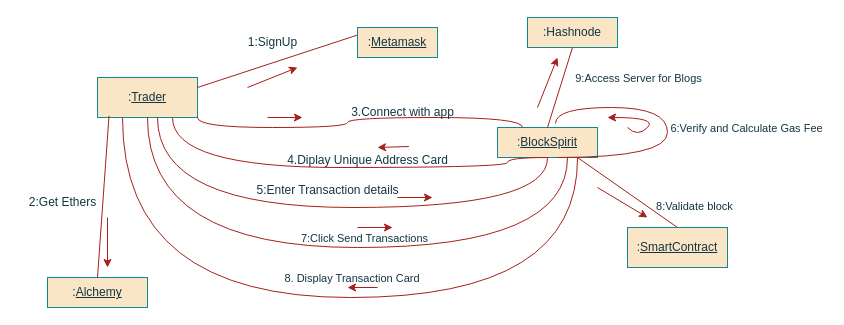
The draw.io diagram collab.drawio in CODEX108/Computer-Security, before the edit. Source tidied: cells renumbered, new cells numbered last; positions are measured from the earlier drawing's top-left corner, leaving out a move shared by most shapes. Both pictures are drawn from the tidied source at 100%, with x=0, y=0 at pixel (17, 17).
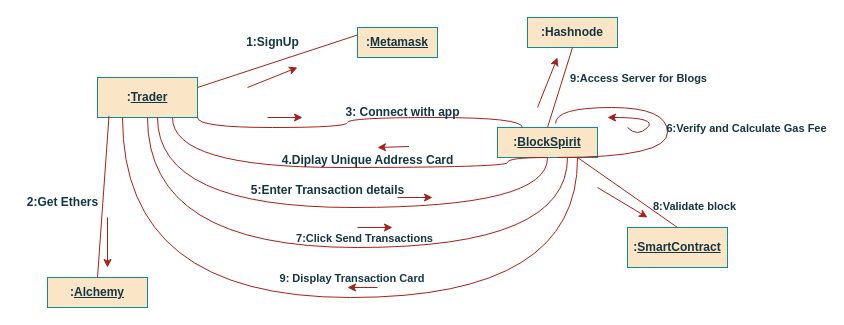
Above is the later version.

Commit message:
correct numbering

The edit, as a diff of the source:
```diff
@@
-    <mxCell id="2" value=":&lt;u&gt;Trader&lt;/u&gt;" style="html=1;whiteSpace=wrap;labelBackgroundColor=none;fillColor=#FAE5C7;strokeColor=#0F8B8D;fontColor=#143642;" parent="1" vertex="1">
+    <mxCell id="2" value=":&lt;u&gt;Trader&lt;/u&gt;" style="html=1;whiteSpace=wrap;labelBackgroundColor=none;fillColor=#FAE5C7;strokeColor=#0F8B8D;fontColor=#143642;fontStyle=1;" parent="1" vertex="1">
       <mxGeometry x="80" y="60" width="100" height="40" as="geometry" />
     </mxCell>
-    <mxCell id="3" value=":&lt;u&gt;BlockSpirit&lt;/u&gt;" style="html=1;whiteSpace=wrap;labelBackgroundColor=none;fillColor=#FAE5C7;strokeColor=#0F8B8D;fontColor=#143642;" parent="1" vertex="1">
+    <mxCell id="3" value=":&lt;u&gt;BlockSpirit&lt;/u&gt;" style="html=1;whiteSpace=wrap;labelBackgroundColor=none;fillColor=#FAE5C7;strokeColor=#0F8B8D;fontColor=#143642;fontStyle=1;" parent="1" vertex="1">
       <mxGeometry x="480" y="110" width="100" height="30" as="geometry" />
     </mxCell>
-    <mxCell id="4" value=":&lt;u&gt;Metamask&lt;/u&gt;" style="html=1;whiteSpace=wrap;labelBackgroundColor=none;fillColor=#FAE5C7;strokeColor=#0F8B8D;fontColor=#143642;" parent="1" vertex="1">
+    <mxCell id="4" value=":&lt;u&gt;Metamask&lt;/u&gt;" style="html=1;whiteSpace=wrap;labelBackgroundColor=none;fillColor=#FAE5C7;strokeColor=#0F8B8D;fontColor=#143642;fontStyle=1;" parent="1" vertex="1">
       <mxGeometry x="340" y="10" width="80" height="30" as="geometry" />
     </mxCell>
-    <mxCell id="5" value=":&lt;u&gt;SmartContract&lt;/u&gt;" style="html=1;whiteSpace=wrap;labelBackgroundColor=none;fillColor=#FAE5C7;strokeColor=#0F8B8D;fontColor=#143642;" parent="1" vertex="1">
+    <mxCell id="5" value=":&lt;u&gt;SmartContract&lt;/u&gt;" style="html=1;whiteSpace=wrap;labelBackgroundColor=none;fillColor=#FAE5C7;strokeColor=#0F8B8D;fontColor=#143642;fontStyle=1;" parent="1" vertex="1">
       <mxGeometry x="610" y="210" width="100" height="40" as="geometry" />
     </mxCell>
-    <mxCell id="6" style="endArrow=none;html=1;rounded=0;exitX=1;exitY=0.25;exitDx=0;exitDy=0;entryX=0;entryY=0.25;entryDx=0;entryDy=0;labelBackgroundColor=none;strokeColor=#A8201A;fontColor=default;" parent="1" edge="1" source="2" target="4">
+    <mxCell id="6" style="endArrow=none;html=1;rounded=0;exitX=1;exitY=0.25;exitDx=0;exitDy=0;entryX=0;entryY=0.25;entryDx=0;entryDy=0;labelBackgroundColor=none;strokeColor=#A8201A;fontColor=default;fontStyle=1;" parent="1" edge="1" source="2" target="4">
       <mxGeometry relative="1" as="geometry" />
     </mxCell>
-    <mxCell id="7" style="endArrow=classic;html=1;rounded=0;labelBackgroundColor=none;strokeColor=#A8201A;fontColor=default;" parent="1" edge="1">
+    <mxCell id="7" style="endArrow=classic;html=1;rounded=0;labelBackgroundColor=none;strokeColor=#A8201A;fontColor=default;fontStyle=1;" parent="1" edge="1">
       <mxGeometry relative="1" as="geometry">
         <mxPoint x="230" y="70" as="sourcePoint" />
         <mxPoint x="280" y="50" as="targetPoint" />
       </mxGeometry>
     </mxCell>
-    <mxCell id="8" value="1:SignUp" style="text;html=1;align=center;verticalAlign=middle;strokeColor=none;fillColor=none;labelBackgroundColor=none;fontColor=#143642;" parent="1" vertex="1">
+    <mxCell id="8" value="1:SignUp" style="text;html=1;align=center;verticalAlign=middle;strokeColor=none;fillColor=none;labelBackgroundColor=none;fontColor=#143642;fontStyle=1;" parent="1" vertex="1">
       <mxGeometry x="220" y="10" width="70" height="30" as="geometry" />
     </mxCell>
-    <mxCell id="9" value=":&lt;u&gt;Alchemy&lt;/u&gt;" style="html=1;whiteSpace=wrap;labelBackgroundColor=none;fillColor=#FAE5C7;strokeColor=#0F8B8D;fontColor=#143642;" parent="1" vertex="1">
+    <mxCell id="9" value=":&lt;u&gt;Alchemy&lt;/u&gt;" style="html=1;whiteSpace=wrap;labelBackgroundColor=none;fillColor=#FAE5C7;strokeColor=#0F8B8D;fontColor=#143642;fontStyle=1;" parent="1" vertex="1">
       <mxGeometry x="30" y="260" width="100" height="30" as="geometry" />
     </mxCell>
-    <mxCell id="10" style="endArrow=none;html=1;rounded=0;entryX=0.5;entryY=0;entryDx=0;entryDy=0;exitX=0.115;exitY=0.96;exitDx=0;exitDy=0;exitPerimeter=0;labelBackgroundColor=none;strokeColor=#A8201A;fontColor=default;" parent="1" edge="1" source="2" target="9">
+    <mxCell id="10" style="endArrow=none;html=1;rounded=0;entryX=0.5;entryY=0;entryDx=0;entryDy=0;exitX=0.115;exitY=0.96;exitDx=0;exitDy=0;exitPerimeter=0;labelBackgroundColor=none;strokeColor=#A8201A;fontColor=default;fontStyle=1;" parent="1" edge="1" source="2" target="9">
       <mxGeometry relative="1" as="geometry" />
     </mxCell>
-    <mxCell id="11" style="endArrow=classic;html=1;rounded=0;labelBackgroundColor=none;strokeColor=#A8201A;fontColor=default;" parent="1" edge="1">
+    <mxCell id="11" style="endArrow=classic;html=1;rounded=0;labelBackgroundColor=none;strokeColor=#A8201A;fontColor=default;fontStyle=1;" parent="1" edge="1">
       <mxGeometry relative="1" as="geometry">
         <mxPoint x="90" y="200" as="sourcePoint" />
         <mxPoint x="90" y="250" as="targetPoint" />
       </mxGeometry>
     </mxCell>
-    <mxCell id="12" value="2:Get Ethers" style="text;html=1;align=center;verticalAlign=middle;strokeColor=none;fillColor=none;labelBackgroundColor=none;fontColor=#143642;" parent="1" vertex="1">
+    <mxCell id="12" value="2:Get Ethers" style="text;html=1;align=center;verticalAlign=middle;strokeColor=none;fillColor=none;labelBackgroundColor=none;fontColor=#143642;fontStyle=1;" parent="1" vertex="1">
       <mxGeometry y="170" width="90" height="30" as="geometry" />
     </mxCell>
-    <mxCell id="13" style="endArrow=none;html=1;rounded=0;exitX=1;exitY=1;exitDx=0;exitDy=0;entryX=0.25;entryY=0;entryDx=0;entryDy=0;edgeStyle=orthogonalEdgeStyle;curved=1;labelBackgroundColor=none;strokeColor=#A8201A;fontColor=default;" parent="1" edge="1" source="2" target="3">
+    <mxCell id="13" style="endArrow=none;html=1;rounded=0;exitX=1;exitY=1;exitDx=0;exitDy=0;entryX=0.25;entryY=0;entryDx=0;entryDy=0;edgeStyle=orthogonalEdgeStyle;curved=1;labelBackgroundColor=none;strokeColor=#A8201A;fontColor=default;fontStyle=1;" parent="1" edge="1" source="2" target="3">
       <mxGeometry relative="1" as="geometry" />
     </mxCell>
-    <mxCell id="14" value="3.Connect with app" style="text;html=1;align=center;verticalAlign=middle;strokeColor=none;fillColor=none;labelBackgroundColor=none;fontColor=#143642;" parent="1" vertex="1">
+    <mxCell id="14" value="3: Connect with app" style="text;html=1;align=center;verticalAlign=middle;strokeColor=none;fillColor=none;labelBackgroundColor=none;fontColor=#143642;fontStyle=1;" parent="1" vertex="1">
       <mxGeometry x="320" y="80" width="130" height="30" as="geometry" />
     </mxCell>
-    <mxCell id="15" style="endArrow=none;html=1;rounded=0;entryX=0.5;entryY=1;entryDx=0;entryDy=0;exitX=0.75;exitY=1;exitDx=0;exitDy=0;edgeStyle=orthogonalEdgeStyle;curved=1;labelBackgroundColor=none;strokeColor=#A8201A;fontColor=default;" parent="1" edge="1" source="2" target="3">
+    <mxCell id="15" style="endArrow=none;html=1;rounded=0;entryX=0.5;entryY=1;entryDx=0;entryDy=0;exitX=0.75;exitY=1;exitDx=0;exitDy=0;edgeStyle=orthogonalEdgeStyle;curved=1;labelBackgroundColor=none;strokeColor=#A8201A;fontColor=default;fontStyle=1;" parent="1" edge="1" source="2" target="3">
       <mxGeometry relative="1" as="geometry">
         <Array as="points">
           <mxPoint x="155" y="150" />
           <mxPoint x="490" y="150" />
           <mxPoint x="490" y="140" />
         </Array>
       </mxGeometry>
     </mxCell>
-    <mxCell id="16" value="4.Diplay Unique Address Card" style="text;html=1;align=center;verticalAlign=middle;points=[];strokeColor=none;fillColor=none;labelBackgroundColor=none;fontColor=#143642;" parent="1" vertex="1">
+    <mxCell id="16" value="4.Diplay Unique Address Card" style="text;html=1;align=center;verticalAlign=middle;points=[];strokeColor=none;fillColor=none;labelBackgroundColor=none;fontColor=#143642;fontStyle=1;" parent="1" vertex="1">
       <mxGeometry x="255" y="128" width="190" height="30" as="geometry" />
     </mxCell>
-    <mxCell id="17" style="endArrow=none;html=1;rounded=0;edgeStyle=orthogonalEdgeStyle;curved=1;exitX=0.6;exitY=1;exitDx=0;exitDy=0;exitPerimeter=0;labelBackgroundColor=none;strokeColor=#A8201A;fontColor=default;" parent="1" edge="1" source="2">
+    <mxCell id="17" style="endArrow=none;html=1;rounded=0;edgeStyle=orthogonalEdgeStyle;curved=1;exitX=0.6;exitY=1;exitDx=0;exitDy=0;exitPerimeter=0;labelBackgroundColor=none;strokeColor=#A8201A;fontColor=default;fontStyle=1;" parent="1" edge="1" source="2">
       <mxGeometry relative="1" as="geometry">
         <mxPoint x="530" y="140" as="targetPoint" />
         <Array as="points">
           <mxPoint x="140" y="190" />
           <mxPoint x="531" y="190" />
         </Array>
       </mxGeometry>
     </mxCell>
-    <mxCell id="18" value="5:Enter Transaction details" style="text;html=1;align=center;verticalAlign=middle;strokeColor=none;fillColor=none;labelBackgroundColor=none;fontColor=#143642;" parent="1" vertex="1">
+    <mxCell id="18" value="5:Enter Transaction details" style="text;html=1;align=center;verticalAlign=middle;strokeColor=none;fillColor=none;labelBackgroundColor=none;fontColor=#143642;fontStyle=1;" parent="1" vertex="1">
       <mxGeometry x="225" y="158" width="170" height="30" as="geometry" />
     </mxCell>
-    <mxCell id="19" style="endArrow=none;html=1;rounded=0;entryX=0.6;entryY=1;entryDx=0;entryDy=0;edgeStyle=orthogonalEdgeStyle;curved=1;entryPerimeter=0;exitX=0.58;exitY=-0.133;exitDx=0;exitDy=0;exitPerimeter=0;labelBackgroundColor=none;strokeColor=#A8201A;fontColor=default;" parent="1" edge="1" source="3" target="3">
+    <mxCell id="19" style="endArrow=none;html=1;rounded=0;entryX=0.6;entryY=1;entryDx=0;entryDy=0;edgeStyle=orthogonalEdgeStyle;curved=1;entryPerimeter=0;exitX=0.58;exitY=-0.133;exitDx=0;exitDy=0;exitPerimeter=0;labelBackgroundColor=none;strokeColor=#A8201A;fontColor=default;fontStyle=1;" parent="1" edge="1" source="3" target="3">
       <mxGeometry relative="1" as="geometry">
         <Array as="points">
           <mxPoint x="538" y="90" />
           <mxPoint x="650" y="90" />
           <mxPoint x="650" y="140" />
         </Array>
       </mxGeometry>
     </mxCell>
-    <mxCell id="20" value="6:Verify and Calculate Gas Fee" style="edgeLabel;html=1;align=center;verticalAlign=middle;labelBackgroundColor=none;fontColor=#143642;" parent="19" vertex="1">
+    <mxCell id="20" value="6:Verify and Calculate Gas Fee" style="edgeLabel;html=1;align=center;verticalAlign=middle;labelBackgroundColor=none;fontColor=#143642;fontStyle=1;" parent="19" vertex="1">
       <mxGeometry x="-0.7" y="-6" relative="1" as="geometry">
         <mxPoint x="164" y="14" as="offset" />
       </mxGeometry>
     </mxCell>
-    <mxCell id="21" style="endArrow=none;html=1;rounded=0;exitX=0.5;exitY=1;exitDx=0;exitDy=0;edgeStyle=orthogonalEdgeStyle;curved=1;labelBackgroundColor=none;strokeColor=#A8201A;fontColor=default;" parent="1" edge="1" source="2">
+    <mxCell id="21" style="endArrow=none;html=1;rounded=0;exitX=0.5;exitY=1;exitDx=0;exitDy=0;edgeStyle=orthogonalEdgeStyle;curved=1;labelBackgroundColor=none;strokeColor=#A8201A;fontColor=default;fontStyle=1;" parent="1" edge="1" source="2">
       <mxGeometry relative="1" as="geometry">
         <mxPoint x="550" y="140" as="targetPoint" />
         <Array as="points">
           <mxPoint x="130" y="230" />
           <mxPoint x="550" y="230" />
         </Array>
       </mxGeometry>
     </mxCell>
-    <mxCell id="22" value="7:Click Send Transactions" style="edgeLabel;html=1;align=center;verticalAlign=middle;labelBackgroundColor=none;fontColor=#143642;" parent="21" vertex="1">
+    <mxCell id="22" value="7:Click Send Transactions" style="edgeLabel;html=1;align=center;verticalAlign=middle;labelBackgroundColor=none;fontColor=#143642;fontStyle=1;" parent="21" vertex="1">
       <mxGeometry x="0.04" y="8" relative="1" as="geometry">
         <mxPoint x="13" y="-2" as="offset" />
       </mxGeometry>
     </mxCell>
-    <mxCell id="23" style="endArrow=none;html=1;rounded=0;exitX=0.5;exitY=0;exitDx=0;exitDy=0;labelBackgroundColor=none;strokeColor=#A8201A;fontColor=default;" parent="1" edge="1" source="5">
+    <mxCell id="23" style="endArrow=none;html=1;rounded=0;exitX=0.5;exitY=0;exitDx=0;exitDy=0;labelBackgroundColor=none;strokeColor=#A8201A;fontColor=default;fontStyle=1;" parent="1" edge="1" source="5">
       <mxGeometry relative="1" as="geometry">
         <mxPoint x="560" y="140" as="targetPoint" />
       </mxGeometry>
     </mxCell>
-    <mxCell id="24" value="8:Validate block&amp;nbsp;&amp;nbsp;" style="edgeLabel;html=1;align=center;verticalAlign=middle;labelBackgroundColor=none;fontColor=#143642;" parent="23" vertex="1">
+    <mxCell id="24" value="8:Validate block&amp;nbsp;&amp;nbsp;" style="edgeLabel;html=1;align=center;verticalAlign=middle;labelBackgroundColor=none;fontColor=#143642;fontStyle=1;" parent="23" vertex="1">
       <mxGeometry x="-0.27" y="-6" relative="1" as="geometry">
         <mxPoint x="53" y="9" as="offset" />
       </mxGeometry>
     </mxCell>
-    <mxCell id="25" style="endArrow=none;html=1;rounded=0;exitX=0.25;exitY=1;exitDx=0;exitDy=0;edgeStyle=orthogonalEdgeStyle;curved=1;labelBackgroundColor=none;strokeColor=#A8201A;fontColor=default;" parent="1" edge="1" source="2">
+    <mxCell id="25" style="endArrow=none;html=1;rounded=0;exitX=0.25;exitY=1;exitDx=0;exitDy=0;edgeStyle=orthogonalEdgeStyle;curved=1;labelBackgroundColor=none;strokeColor=#A8201A;fontColor=default;fontStyle=1;" parent="1" edge="1" source="2">
       <mxGeometry relative="1" as="geometry">
         <mxPoint x="560" y="140" as="targetPoint" />
         <Array as="points">
           <mxPoint x="105" y="280" />
           <mxPoint x="561" y="280" />
         </Array>
       </mxGeometry>
     </mxCell>
-    <mxCell id="26" value="8. Display Transaction Card&amp;nbsp;" style="edgeLabel;html=1;align=center;verticalAlign=middle;labelBackgroundColor=none;fontColor=#143642;" parent="25" vertex="1">
+    <mxCell id="26" value="9: Display Transaction Card&amp;nbsp;" style="edgeLabel;html=1;align=center;verticalAlign=middle;labelBackgroundColor=none;fontColor=#143642;fontStyle=1;" parent="25" vertex="1">
       <mxGeometry x="0.01" y="7" relative="1" as="geometry">
         <mxPoint x="18" y="-13" as="offset" />
       </mxGeometry>
     </mxCell>
-    <mxCell id="27" style="endArrow=classic;html=1;rounded=0;labelBackgroundColor=none;strokeColor=#A8201A;fontColor=default;" parent="1" edge="1">
+    <mxCell id="27" style="endArrow=classic;html=1;rounded=0;labelBackgroundColor=none;strokeColor=#A8201A;fontColor=default;fontStyle=1;" parent="1" edge="1">
       <mxGeometry relative="1" as="geometry">
         <mxPoint x="580" y="170" as="sourcePoint" />
         <mxPoint x="630" y="200" as="targetPoint" />
       </mxGeometry>
     </mxCell>
-    <mxCell id="28" style="endArrow=classic;html=1;rounded=0;labelBackgroundColor=none;strokeColor=#A8201A;fontColor=default;" parent="1" edge="1">
+    <mxCell id="28" style="endArrow=classic;html=1;rounded=0;labelBackgroundColor=none;strokeColor=#A8201A;fontColor=default;fontStyle=1;" parent="1" edge="1">
       <mxGeometry relative="1" as="geometry">
         <mxPoint x="250" y="100" as="sourcePoint" />
         <mxPoint x="285" y="100" as="targetPoint" />
       </mxGeometry>
     </mxCell>
-    <mxCell id="29" style="endArrow=classic;html=1;rounded=0;exitX=0.718;exitY=0.033;exitDx=0;exitDy=0;exitPerimeter=0;labelBackgroundColor=none;strokeColor=#A8201A;fontColor=default;" parent="1" edge="1" source="16">
+    <mxCell id="29" style="endArrow=classic;html=1;rounded=0;exitX=0.718;exitY=0.033;exitDx=0;exitDy=0;exitPerimeter=0;labelBackgroundColor=none;strokeColor=#A8201A;fontColor=default;fontStyle=1;" parent="1" edge="1" source="16">
       <mxGeometry relative="1" as="geometry">
         <mxPoint x="360" y="130" as="targetPoint" />
       </mxGeometry>
     </mxCell>
-    <mxCell id="30" style="endArrow=classic;html=1;rounded=0;labelBackgroundColor=none;strokeColor=#A8201A;fontColor=default;" parent="1" edge="1">
+    <mxCell id="30" style="endArrow=classic;html=1;rounded=0;labelBackgroundColor=none;strokeColor=#A8201A;fontColor=default;fontStyle=1;" parent="1" edge="1">
       <mxGeometry relative="1" as="geometry">
         <mxPoint x="380" y="180" as="sourcePoint" />
         <mxPoint x="415" y="180" as="targetPoint" />
       </mxGeometry>
     </mxCell>
-    <mxCell id="31" style="endArrow=classic;html=1;rounded=0;labelBackgroundColor=none;strokeColor=#A8201A;fontColor=default;" parent="1" edge="1">
+    <mxCell id="31" style="endArrow=classic;html=1;rounded=0;labelBackgroundColor=none;strokeColor=#A8201A;fontColor=default;fontStyle=1;" parent="1" edge="1">
       <mxGeometry relative="1" as="geometry">
         <mxPoint x="360" y="270" as="sourcePoint" />
         <mxPoint x="330" y="270" as="targetPoint" />
       </mxGeometry>
     </mxCell>
-    <mxCell id="32" style="endArrow=classic;html=1;rounded=0;labelBackgroundColor=none;strokeColor=#A8201A;fontColor=default;" parent="1" edge="1">
+    <mxCell id="32" style="endArrow=classic;html=1;rounded=0;labelBackgroundColor=none;strokeColor=#A8201A;fontColor=default;fontStyle=1;" parent="1" edge="1">
       <mxGeometry relative="1" as="geometry">
         <mxPoint x="340" y="210" as="sourcePoint" />
         <mxPoint x="375" y="210" as="targetPoint" />
       </mxGeometry>
     </mxCell>
-    <mxCell id="33" style="curved=1;endArrow=classic;html=1;rounded=0;labelBackgroundColor=none;strokeColor=#A8201A;fontColor=default;" parent="1" edge="1">
+    <mxCell id="33" style="curved=1;endArrow=classic;html=1;rounded=0;labelBackgroundColor=none;strokeColor=#A8201A;fontColor=default;fontStyle=1;" parent="1" edge="1">
       <mxGeometry relative="1" as="geometry">
         <mxPoint x="610" y="110" as="sourcePoint" />
         <mxPoint x="590" y="100" as="targetPoint" />
         <Array as="points">
           <mxPoint x="620" y="120" />
           <mxPoint x="640" y="100" />
         </Array>
       </mxGeometry>
     </mxCell>
-    <mxCell id="34" value=":Hashnode" style="rounded=0;whiteSpace=wrap;html=1;strokeColor=#0F8B8D;fontColor=#143642;fillColor=#FAE5C7;" parent="1" vertex="1">
+    <mxCell id="34" value=":Hashnode" style="rounded=0;whiteSpace=wrap;html=1;strokeColor=#0F8B8D;fontColor=#143642;fillColor=#FAE5C7;fontStyle=1;" parent="1" vertex="1">
       <mxGeometry x="510" width="90" height="30" as="geometry" />
     </mxCell>
-    <mxCell id="35" style="endArrow=none;html=1;rounded=0;strokeColor=#A8201A;fontColor=#143642;fillColor=#FAE5C7;entryX=0.5;entryY=1;entryDx=0;entryDy=0;exitX=0.5;exitY=0;exitDx=0;exitDy=0;" parent="1" edge="1" source="3" target="34">
+    <mxCell id="35" style="endArrow=none;html=1;rounded=0;strokeColor=#A8201A;fontColor=#143642;fillColor=#FAE5C7;entryX=0.5;entryY=1;entryDx=0;entryDy=0;exitX=0.5;exitY=0;exitDx=0;exitDy=0;fontStyle=1;" parent="1" edge="1" source="3" target="34">
       <mxGeometry relative="1" as="geometry" />
     </mxCell>
-    <mxCell id="36" value="9:Access Server for Blogs" style="edgeLabel;html=1;align=center;verticalAlign=middle;strokeColor=#0F8B8D;fontColor=#143642;fillColor=#FAE5C7;" parent="35" vertex="1">
+    <mxCell id="36" value="9:Access Server for Blogs" style="edgeLabel;html=1;align=center;verticalAlign=middle;strokeColor=#0F8B8D;fontColor=#143642;fillColor=#FAE5C7;fontStyle=1;" parent="35" vertex="1">
       <mxGeometry x="0.41" y="-9" relative="1" as="geometry">
         <mxPoint x="64" y="4" as="offset" />
       </mxGeometry>
     </mxCell>
-    <mxCell id="37" style="endArrow=classic;html=1;rounded=0;strokeColor=#A8201A;fontColor=#143642;fillColor=#FAE5C7;" parent="1" edge="1">
+    <mxCell id="37" style="endArrow=classic;html=1;rounded=0;strokeColor=#A8201A;fontColor=#143642;fillColor=#FAE5C7;fontStyle=1;" parent="1" edge="1">
       <mxGeometry relative="1" as="geometry">
         <mxPoint x="520" y="90" as="sourcePoint" />
         <mxPoint x="540" y="40" as="targetPoint" />
       </mxGeometry>
     </mxCell>
```
